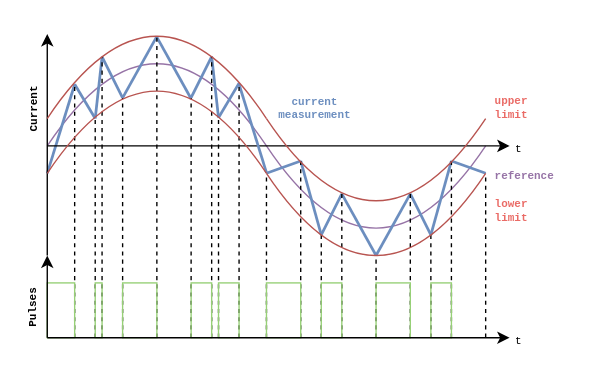
The draw.io diagram current_hysterisis.drawio in thece36/drawio_schemes_ac_motors, before the edit. Source tidied: cells renumbered, new cells numbered last; positions are measured from the earlier drawing's top-left corner, leaving out a move shared by most shapes. Both pictures are drawn from the tidied source at 137%, with x=0, y=0 at pixel (-1, -47).
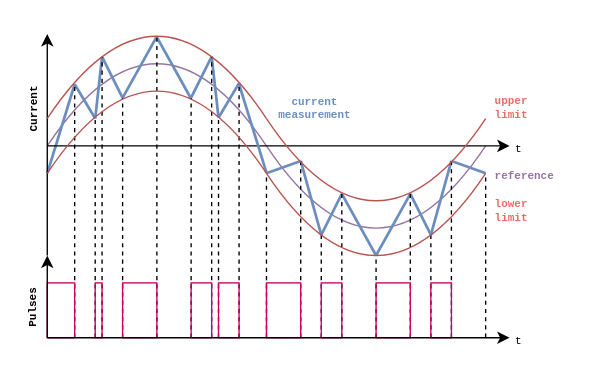
After the change.

The edit, as a diff of the source:
```diff
@@
-    <mxCell id="46" style="rounded=0;whiteSpace=wrap;html=1;fillColor=none;strokeColor=#97D077;" parent="1" vertex="1">
+    <mxCell id="46" style="rounded=0;whiteSpace=wrap;html=1;fillColor=none;strokeColor=#CC0066;" parent="1" vertex="1">
       <mxGeometry x="35" y="240" width="20" height="40" as="geometry" />
     </mxCell>
-    <mxCell id="47" style="rounded=0;whiteSpace=wrap;html=1;fillColor=none;strokeColor=#97D077;" parent="1" vertex="1">
+    <mxCell id="47" style="rounded=0;whiteSpace=wrap;html=1;fillColor=none;strokeColor=#CC0066;" parent="1" vertex="1">
       <mxGeometry x="70" y="240" width="5" height="40" as="geometry" />
     </mxCell>
-    <mxCell id="48" style="rounded=0;whiteSpace=wrap;html=1;fillColor=none;strokeColor=#97D077;" parent="1" vertex="1">
+    <mxCell id="48" style="rounded=0;whiteSpace=wrap;html=1;fillColor=none;strokeColor=#CC0066;" parent="1" vertex="1">
       <mxGeometry x="90" y="240" width="25" height="40" as="geometry" />
     </mxCell>
-    <mxCell id="49" style="rounded=0;whiteSpace=wrap;html=1;fillColor=none;strokeColor=#97D077;" parent="1" vertex="1">
+    <mxCell id="49" style="rounded=0;whiteSpace=wrap;html=1;fillColor=none;strokeColor=#CC0066;" parent="1" vertex="1">
       <mxGeometry x="140" y="240" width="15" height="40" as="geometry" />
     </mxCell>
-    <mxCell id="50" style="rounded=0;whiteSpace=wrap;html=1;fillColor=none;strokeColor=#97D077;" parent="1" vertex="1">
+    <mxCell id="50" style="rounded=0;whiteSpace=wrap;html=1;fillColor=none;strokeColor=#CC0066;" parent="1" vertex="1">
       <mxGeometry x="160" y="240" width="15" height="40" as="geometry" />
     </mxCell>
-    <mxCell id="51" style="rounded=0;whiteSpace=wrap;html=1;fillColor=none;strokeColor=#97D077;" parent="1" vertex="1">
+    <mxCell id="51" style="rounded=0;whiteSpace=wrap;html=1;fillColor=none;strokeColor=#CC0066;" parent="1" vertex="1">
       <mxGeometry x="195" y="240" width="25" height="40" as="geometry" />
     </mxCell>
-    <mxCell id="52" style="rounded=0;whiteSpace=wrap;html=1;fillColor=none;strokeColor=#97D077;" parent="1" vertex="1">
+    <mxCell id="52" style="rounded=0;whiteSpace=wrap;html=1;fillColor=none;strokeColor=#CC0066;" parent="1" vertex="1">
       <mxGeometry x="235" y="240" width="15" height="40" as="geometry" />
     </mxCell>
-    <mxCell id="53" style="rounded=0;whiteSpace=wrap;html=1;fillColor=none;strokeColor=#97D077;" parent="1" vertex="1">
+    <mxCell id="53" style="rounded=0;whiteSpace=wrap;html=1;fillColor=none;strokeColor=#CC0066;" parent="1" vertex="1">
       <mxGeometry x="275" y="240" width="25" height="40" as="geometry" />
     </mxCell>
-    <mxCell id="54" style="rounded=0;whiteSpace=wrap;html=1;fillColor=none;strokeColor=#97D077;" parent="1" vertex="1">
+    <mxCell id="54" style="rounded=0;whiteSpace=wrap;html=1;fillColor=none;strokeColor=#CC0066;" parent="1" vertex="1">
       <mxGeometry x="315" y="240" width="15" height="40" as="geometry" />
     </mxCell>
```
